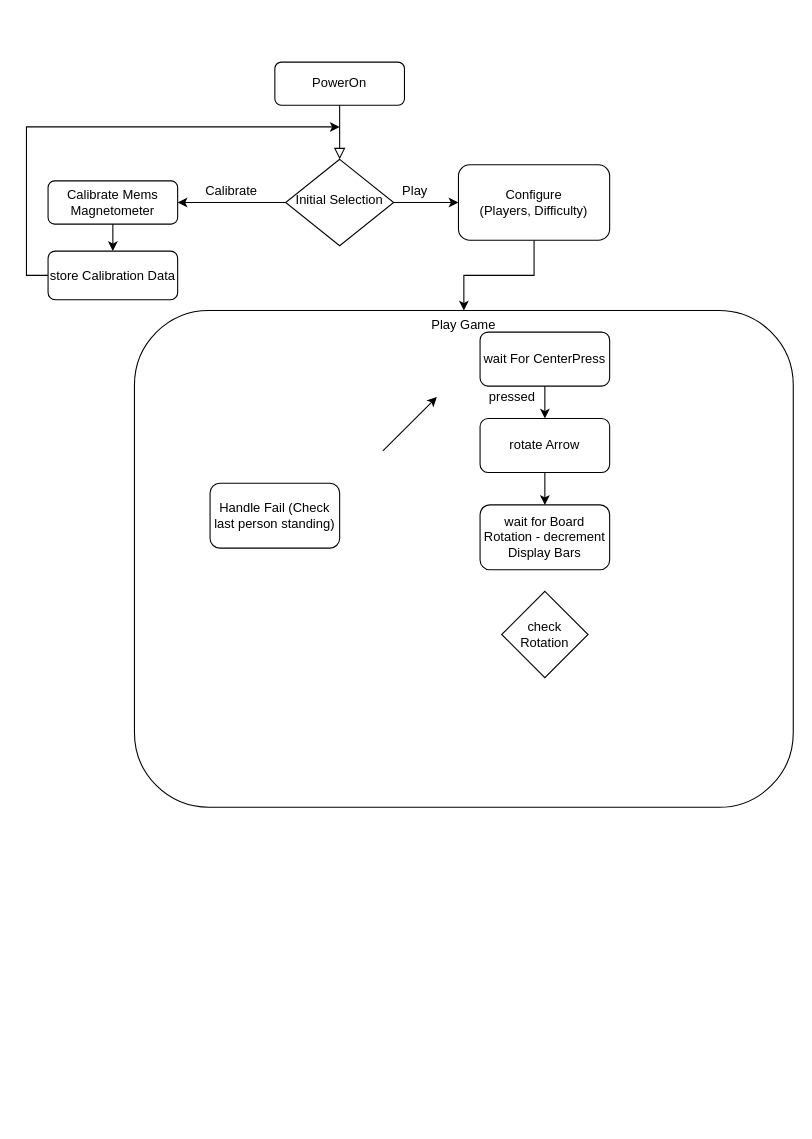
Before: doc/MiniGame.drawio in Kraego/STM32-Minigame, a draw.io diagram. Source tidied: cells renumbered, new cells numbered last; positions are measured from the earlier drawing's top-left corner, leaving out a move shared by most shapes. Both pictures are drawn from the tidied source at 108%, with x=0, y=0 at pixel (26, 62).
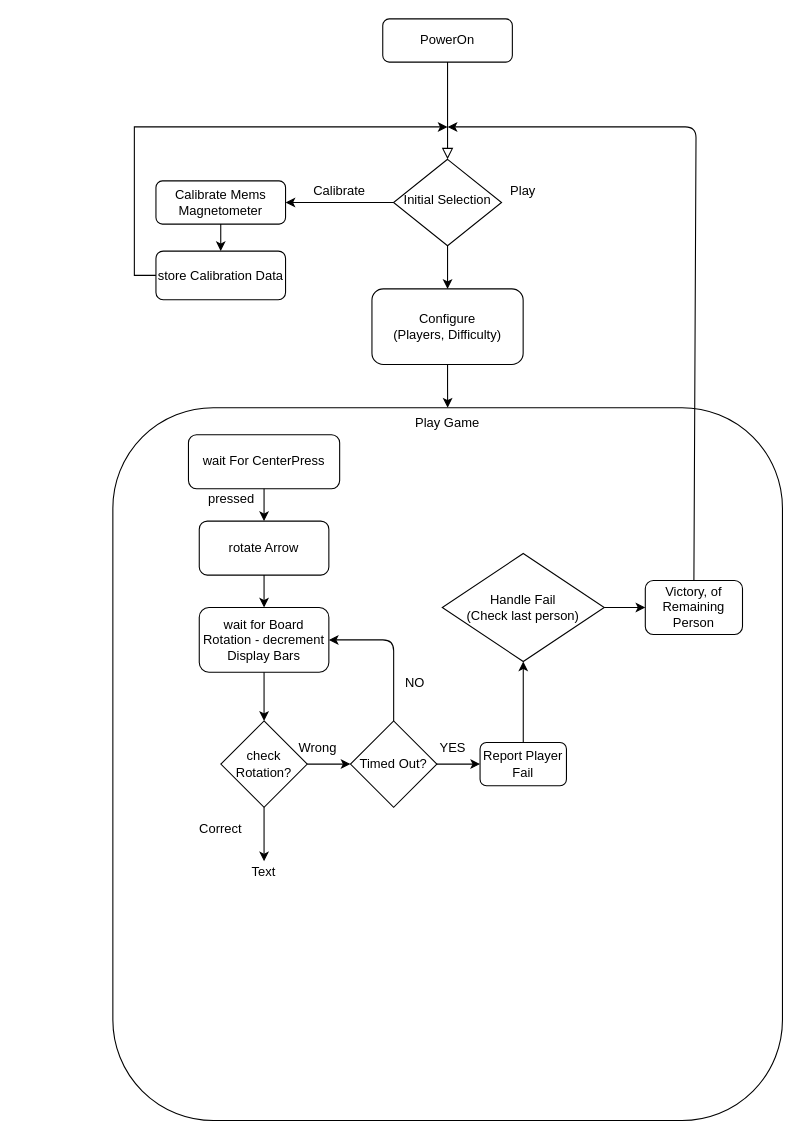
The same page after the edit.

Diff of the diagram source:
```diff
@@
     <mxCell id="3" value="PowerOn" style="rounded=1;whiteSpace=wrap;html=1;fontSize=12;glass=0;strokeWidth=1;shadow=0;" parent="1" vertex="1">
-      <mxGeometry x="230" width="120" height="40" as="geometry" />
+      <mxGeometry x="329.9" y="-40" width="120" height="40" as="geometry" />
     </mxCell>
@@
     <mxCell id="5" value="&lt;div&gt;Initial Selection&lt;/div&gt;" style="rhombus;whiteSpace=wrap;html=1;shadow=0;fontFamily=Helvetica;fontSize=12;align=center;strokeWidth=1;spacing=6;spacingTop=-4;" parent="1" vertex="1">
-      <mxGeometry x="240" y="90" width="100" height="80" as="geometry" />
+      <mxGeometry x="339.9" y="90" width="100" height="80" as="geometry" />
     </mxCell>
     <mxCell id="6" value="Calibrate Mems Magnetometer" style="rounded=1;whiteSpace=wrap;html=1;fontSize=12;glass=0;strokeWidth=1;shadow=0;" parent="1" vertex="1">
-      <mxGeometry x="20" y="110" width="120" height="40" as="geometry" />
+      <mxGeometry x="119.9" y="110" width="120" height="40" as="geometry" />
     </mxCell>
     <mxCell id="7" value="Calibrate" style="text;html=1;strokeColor=none;fillColor=none;align=center;verticalAlign=middle;whiteSpace=wrap;rounded=0;" parent="1" vertex="1">
-      <mxGeometry x="170" y="110" width="40" height="20" as="geometry" />
+      <mxGeometry x="269.9" y="110" width="40" height="20" as="geometry" />
     </mxCell>
@@
     <mxCell id="9" value="&lt;div&gt;Configure&lt;/div&gt;&lt;div&gt;(Players, Difficulty)&lt;/div&gt;" style="rounded=1;whiteSpace=wrap;html=1;" parent="1" vertex="1">
-      <mxGeometry x="400" y="95" width="140" height="70" as="geometry" />
+      <mxGeometry x="319.9" y="210" width="140" height="70" as="geometry" />
     </mxCell>
-    <mxCell id="10" style="endArrow=classic;html=1;exitX=1;exitY=0.5;exitDx=0;exitDy=0;" parent="1" edge="1" source="5" target="9">
+    <mxCell id="10" style="endArrow=classic;html=1;exitX=0.5;exitY=1;exitDx=0;exitDy=0;" parent="1" edge="1" source="5" target="9">
       <mxGeometry relative="1" as="geometry" />
     </mxCell>
     <mxCell id="11" value="Play" style="text;html=1;strokeColor=none;fillColor=none;align=center;verticalAlign=middle;whiteSpace=wrap;rounded=0;" parent="1" vertex="1">
-      <mxGeometry x="340" y="110" width="40" height="20" as="geometry" />
+      <mxGeometry x="439.9" y="110" width="40" height="20" as="geometry" />
     </mxCell>
     <mxCell id="12" value="Play Game" style="rounded=1;whiteSpace=wrap;html=1;verticalAlign=top;" parent="1" vertex="1">
-      <mxGeometry x="100" y="230" width="610" height="460" as="geometry" />
+      <mxGeometry x="80" y="320" width="620" height="660" as="geometry" />
     </mxCell>
     <mxCell id="13" value="wait For CenterPress" style="rounded=1;whiteSpace=wrap;html=1;" parent="1" vertex="1">
-      <mxGeometry x="420" y="250" width="120" height="50" as="geometry" />
+      <mxGeometry x="150" y="345" width="140" height="50" as="geometry" />
     </mxCell>
     <mxCell id="14" value="rotate Arrow" style="rounded=1;whiteSpace=wrap;html=1;" parent="1" vertex="1">
-      <mxGeometry x="420" y="330" width="120" height="50" as="geometry" />
+      <mxGeometry x="160" y="425" width="120" height="50" as="geometry" />
     </mxCell>
@@
     <mxCell id="16" value="&lt;div&gt;pressed&lt;/div&gt;" style="text;html=1;strokeColor=none;fillColor=none;align=center;verticalAlign=middle;whiteSpace=wrap;rounded=0;" parent="1" vertex="1">
-      <mxGeometry x="430" y="300" width="40" height="20" as="geometry" />
+      <mxGeometry x="170" y="395" width="40" height="20" as="geometry" />
     </mxCell>
-    <mxCell id="17" value="check Rotation" style="rhombus;whiteSpace=wrap;html=1;" parent="1" vertex="1">
-      <mxGeometry x="440" y="490" width="80" height="80" as="geometry" />
+    <mxCell id="17" value="check Rotation?" style="rhombus;whiteSpace=wrap;html=1;" parent="1" vertex="1">
+      <mxGeometry x="180" y="610" width="80" height="80" as="geometry" />
     </mxCell>
     <mxCell id="18" value="wait for Board Rotation - decrement Display Bars" style="rounded=1;whiteSpace=wrap;html=1;" parent="1" vertex="1">
-      <mxGeometry x="420" y="410" width="120" height="60" as="geometry" />
+      <mxGeometry x="160" y="505" width="120" height="60" as="geometry" />
     </mxCell>
@@
-    <mxCell id="20" value="Handle Fail (Check last person standing)" style="rounded=1;whiteSpace=wrap;html=1;" parent="1" vertex="1">
-      <mxGeometry x="170" y="390" width="120" height="60" as="geometry" />
-    </mxCell>
     <mxCell id="21" style="edgeStyle=orthogonalEdgeStyle;rounded=0;jettySize=auto;html=1;exitX=0;exitY=0.5;exitDx=0;exitDy=0;" parent="1" edge="1" source="22">
       <mxGeometry relative="1" as="geometry">
-        <mxPoint x="290" y="60" as="targetPoint" />
+        <mxPoint x="389.9" y="60" as="targetPoint" />
         <Array as="points">
-          <mxPoint y="198" />
-          <mxPoint y="60" />
+          <mxPoint x="99.9" y="198" />
+          <mxPoint x="99.9" y="60" />
         </Array>
       </mxGeometry>
     </mxCell>
     <mxCell id="22" value="store Calibration Data" style="rounded=1;whiteSpace=wrap;html=1;" parent="1" vertex="1">
-      <mxGeometry x="20" y="175" width="120" height="45" as="geometry" />
+      <mxGeometry x="119.9" y="175" width="120" height="45" as="geometry" />
     </mxCell>
@@
-    <mxCell id="24" style="endArrow=classic;html=1;" parent="1" edge="1">
-      <mxGeometry relative="1" as="geometry">
-        <mxPoint x="330" y="360" as="sourcePoint" />
-        <mxPoint x="380" y="310" as="targetPoint" />
-      </mxGeometry>
+    <mxCell id="24" style="endArrow=classic;html=1;exitX=0.5;exitY=1;exitDx=0;exitDy=0;entryX=0.5;entryY=0;entryDx=0;entryDy=0;" parent="1" edge="1" source="18" target="17">
+      <mxGeometry relative="1" as="geometry" />
     </mxCell>
+    <mxCell id="25" value="Timed Out?" style="rhombus;whiteSpace=wrap;html=1;direction=south;" parent="1" vertex="1">
+      <mxGeometry x="300" y="610" width="80" height="80" as="geometry" />
+    </mxCell>
+    <mxCell id="26" value="Wrong" style="text;html=1;strokeColor=none;fillColor=none;align=center;verticalAlign=middle;whiteSpace=wrap;rounded=0;" parent="1" vertex="1">
+      <mxGeometry x="250" y="625" width="40" height="20" as="geometry" />
+    </mxCell>
+    <mxCell id="27" value="&lt;div&gt;Handle Fail &lt;br&gt;&lt;/div&gt;&lt;div&gt;(Check last person)&lt;/div&gt;" style="rhombus;whiteSpace=wrap;html=1;" parent="1" vertex="1">
+      <mxGeometry x="385" y="455" width="150" height="100" as="geometry" />
+    </mxCell>
+    <mxCell id="28" value="Victory, of Remaining Person" style="rounded=1;whiteSpace=wrap;html=1;" parent="1" vertex="1">
+      <mxGeometry x="573" y="480" width="90" height="50" as="geometry" />
+    </mxCell>
+    <mxCell id="29" style="edgeStyle=orthogonalEdgeStyle;rounded=0;jettySize=auto;html=1;exitX=0.5;exitY=0;exitDx=0;exitDy=0;entryX=0.5;entryY=1;entryDx=0;entryDy=0;" parent="1" edge="1" source="30" target="27">
+      <mxGeometry relative="1" as="geometry" />
+    </mxCell>
+    <mxCell id="30" value="Report Player Fail" style="rounded=1;whiteSpace=wrap;html=1;" parent="1" vertex="1">
+      <mxGeometry x="420" y="630" width="80" height="40" as="geometry" />
+    </mxCell>
+    <mxCell id="31" style="endArrow=classic;html=1;entryX=0;entryY=0.5;entryDx=0;entryDy=0;exitX=1;exitY=0.5;exitDx=0;exitDy=0;" parent="1" edge="1" source="27" target="28">
+      <mxGeometry relative="1" as="geometry" />
+    </mxCell>
+    <mxCell id="32" value="YES" style="text;html=1;strokeColor=none;fillColor=none;align=center;verticalAlign=middle;whiteSpace=wrap;rounded=0;" parent="1" vertex="1">
+      <mxGeometry x="375" y="625" width="40" height="20" as="geometry" />
+    </mxCell>
+    <mxCell id="33" style="endArrow=classic;html=1;exitX=1;exitY=0.5;exitDx=0;exitDy=0;" parent="1" edge="1" source="17" target="25">
+      <mxGeometry relative="1" as="geometry" />
+    </mxCell>
+    <mxCell id="34" style="endArrow=classic;html=1;exitX=0.5;exitY=0;exitDx=0;exitDy=0;entryX=0;entryY=0.5;entryDx=0;entryDy=0;" parent="1" edge="1" source="25" target="30">
+      <mxGeometry relative="1" as="geometry" />
+    </mxCell>
+    <mxCell id="35" style="endArrow=classic;html=1;entryX=1;entryY=0.5;entryDx=0;entryDy=0;exitX=0;exitY=0.5;exitDx=0;exitDy=0;" parent="1" edge="1" source="25" target="18">
+      <mxGeometry relative="1" as="geometry">
+        <Array as="points">
+          <mxPoint x="340" y="535" />
+        </Array>
+      </mxGeometry>
+    </mxCell>
+    <mxCell id="36" style="endArrow=classic;html=1;exitX=0.5;exitY=0;exitDx=0;exitDy=0;" parent="1" edge="1" source="28">
+      <mxGeometry relative="1" as="geometry">
+        <mxPoint x="390" y="60" as="targetPoint" />
+        <Array as="points">
+          <mxPoint x="620" y="60" />
+        </Array>
+      </mxGeometry>
+    </mxCell>
+    <mxCell id="37" value="NO" style="text;html=1;strokeColor=none;fillColor=none;align=center;verticalAlign=middle;whiteSpace=wrap;rounded=0;" parent="1" vertex="1">
+      <mxGeometry x="340" y="565" width="40" height="20" as="geometry" />
+    </mxCell>
+    <mxCell id="38" style="endArrow=classic;html=1;exitX=0.5;exitY=1;exitDx=0;exitDy=0;" parent="1" edge="1" source="17" target="39">
+      <mxGeometry relative="1" as="geometry" />
+    </mxCell>
+    <mxCell id="39" value="Text" style="text;html=1;strokeColor=none;fillColor=none;align=center;verticalAlign=middle;whiteSpace=wrap;rounded=0;" parent="1" vertex="1">
+      <mxGeometry x="200" y="740" width="40" height="20" as="geometry" />
+    </mxCell>
+    <mxCell id="40" value="Correct" style="text;html=1;strokeColor=none;fillColor=none;align=center;verticalAlign=middle;whiteSpace=wrap;rounded=0;" parent="1" vertex="1">
+      <mxGeometry x="160" y="700" width="40" height="20" as="geometry" />
+    </mxCell>
```
